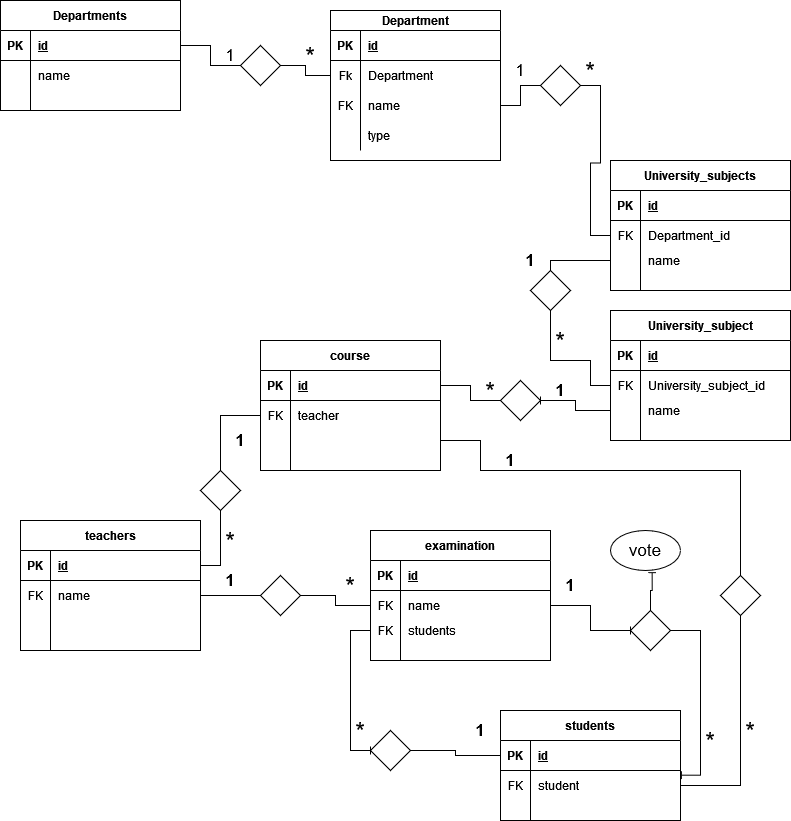
Salvatore1985/db-university keeps this draw.io diagram as db-university.png. Above is the earlier version. Source tidied: cells renumbered, new cells last; positions are measured from the earlier drawing's top-left corner, leaving out a move shared by most shapes.
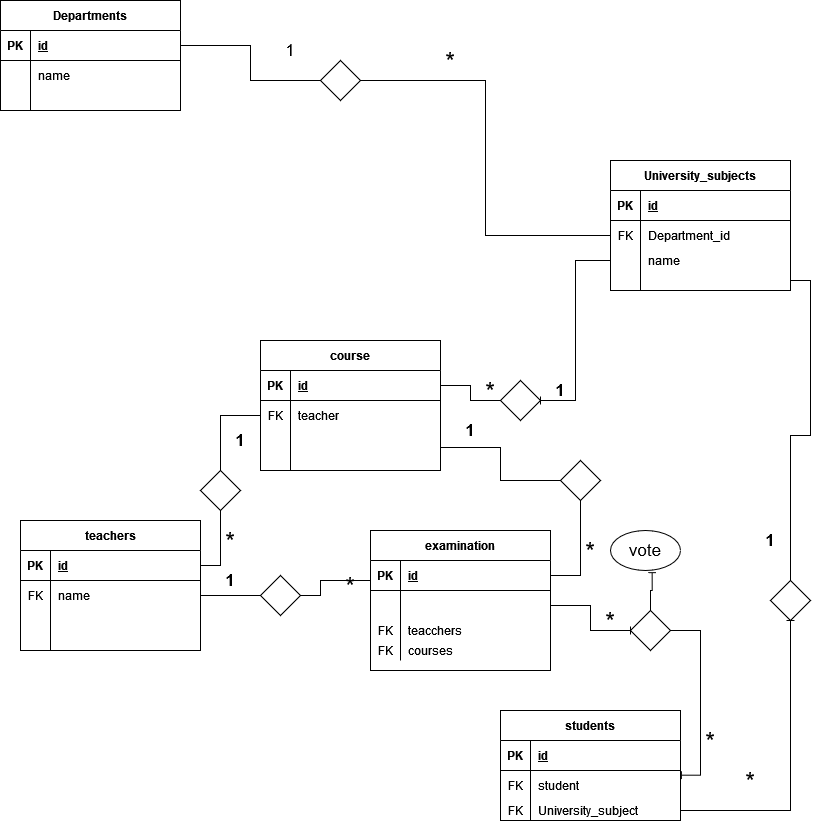
Above is the later version.

The edit, as a diff of the source:
```diff
@@ -34,41 +34,2 @@
     </mxCell>
-    <mxCell id="12" value="Department" style="shape=table;startSize=20;rowLines=0;fontStyle=1;align=center;" parent="1" vertex="1">
-      <mxGeometry x="330" y="10" width="170" height="150" as="geometry" />
-    </mxCell>
-    <mxCell id="13" style="shape=tableRow;horizontal=0;startSize=0;swimlaneHead=0;swimlaneBody=0;fillColor=none;top=0;left=0;right=0;bottom=1;" parent="12" vertex="1">
-      <mxGeometry y="20" width="170" height="30" as="geometry" />
-    </mxCell>
-    <mxCell id="14" value="PK" style="shape=partialRectangle;fillColor=none;top=0;left=0;bottom=0;right=0;fontStyle=1;overflow=hidden;" parent="13" vertex="1">
-      <mxGeometry width="30" height="30" as="geometry" />
-    </mxCell>
-    <mxCell id="15" value="id" style="shape=partialRectangle;fillColor=none;top=0;left=0;bottom=0;right=0;align=left;spacingLeft=6;fontStyle=5;overflow=hidden;" parent="13" vertex="1">
-      <mxGeometry x="30" width="140" height="30" as="geometry" />
-    </mxCell>
-    <mxCell id="16" style="shape=tableRow;horizontal=0;startSize=0;swimlaneHead=0;swimlaneBody=0;fillColor=none;points=[[0,0.5],[1,0.5]];portConstraint=eastwest;top=0;left=0;right=0;bottom=0;" parent="12" vertex="1">
-      <mxGeometry y="50" width="170" height="30" as="geometry" />
-    </mxCell>
-    <mxCell id="17" value="Fk" style="shape=partialRectangle;fillColor=none;top=0;left=0;bottom=0;right=0;overflow=hidden;" parent="16" vertex="1">
-      <mxGeometry width="30" height="30" as="geometry" />
-    </mxCell>
-    <mxCell id="18" value="Department" style="shape=partialRectangle;fillColor=none;top=0;left=0;bottom=0;right=0;align=left;spacingLeft=6;overflow=hidden;" parent="16" vertex="1">
-      <mxGeometry x="30" width="140" height="30" as="geometry" />
-    </mxCell>
-    <mxCell id="19" style="shape=tableRow;horizontal=0;startSize=0;swimlaneHead=0;swimlaneBody=0;fillColor=none;points=[[0,0.5],[1,0.5]];portConstraint=eastwest;top=0;left=0;right=0;bottom=0;" parent="12" vertex="1">
-      <mxGeometry y="80" width="170" height="30" as="geometry" />
-    </mxCell>
-    <mxCell id="20" value="FK" style="shape=partialRectangle;fillColor=none;top=0;left=0;bottom=0;right=0;overflow=hidden;" parent="19" vertex="1">
-      <mxGeometry width="30" height="30" as="geometry" />
-    </mxCell>
-    <mxCell id="21" value="name" style="shape=partialRectangle;fillColor=none;top=0;left=0;bottom=0;right=0;align=left;spacingLeft=6;overflow=hidden;" parent="19" vertex="1">
-      <mxGeometry x="30" width="140" height="30" as="geometry" />
-    </mxCell>
-    <mxCell id="22" style="shape=tableRow;horizontal=0;startSize=0;swimlaneHead=0;swimlaneBody=0;fillColor=none;top=0;left=0;right=0;bottom=0;" parent="12" vertex="1">
-      <mxGeometry y="110" width="170" height="30" as="geometry" />
-    </mxCell>
-    <mxCell id="23" style="shape=partialRectangle;fillColor=none;top=0;left=0;bottom=0;right=0;overflow=hidden;" parent="22" vertex="1">
-      <mxGeometry width="30" height="30" as="geometry" />
-    </mxCell>
-    <mxCell id="24" value="type" style="shape=partialRectangle;fillColor=none;top=0;left=0;bottom=0;right=0;align=left;spacingLeft=6;overflow=hidden;" parent="22" vertex="1">
-      <mxGeometry x="30" width="140" height="30" as="geometry" />
-    </mxCell>
     <mxCell id="25" value="University_subjects" style="shape=table;startSize=30;rowLines=0;fontStyle=1;align=center;" parent="1" vertex="1">
@@ -112,22 +73,2 @@
     </mxCell>
-    <mxCell id="38" style="edgeStyle=orthogonalEdgeStyle;rounded=0;jumpStyle=none;jettySize=auto;html=1;entryX=0;entryY=0.5;entryDx=0;entryDy=0;startArrow=none;startFill=0;endArrow=baseDash;endFill=0;" parent="1" edge="1" source="39" target="16">
-      <mxGeometry relative="1" as="geometry" />
-    </mxCell>
-    <mxCell id="39" style="rhombus;whiteSpace=wrap;html=1;" parent="1" vertex="1">
-      <mxGeometry x="240" y="45" width="40" height="40" as="geometry" />
-    </mxCell>
-    <mxCell id="40" style="edgeStyle=orthogonalEdgeStyle;rounded=0;jumpStyle=none;jettySize=auto;html=1;entryX=0;entryY=0.5;entryDx=0;entryDy=0;startArrow=none;startFill=0;endArrow=none;endFill=0;exitX=1;exitY=0.5;exitDx=0;exitDy=0;" parent="1" edge="1" source="3" target="39">
-      <mxGeometry relative="1" as="geometry">
-        <Array as="points">
-          <mxPoint x="210" y="45" />
-          <mxPoint x="210" y="65" />
-        </Array>
-      </mxGeometry>
-    </mxCell>
-    <mxCell id="41" value="1" style="text;html=1;strokeColor=none;fillColor=none;align=center;verticalAlign=middle;whiteSpace=wrap;rounded=0;fontSize=17;" parent="1" vertex="1">
-      <mxGeometry x="210" y="45" width="40" height="20" as="geometry" />
-    </mxCell>
-    <mxCell id="42" value="*" style="text;html=1;strokeColor=none;fillColor=none;align=center;verticalAlign=middle;whiteSpace=wrap;rounded=0;strokeWidth=1;fontSize=25;" parent="1" vertex="1">
-      <mxGeometry x="290" y="45" width="40" height="20" as="geometry" />
-    </mxCell>
     <mxCell id="43" style="edgeStyle=orthogonalEdgeStyle;rounded=0;jumpStyle=none;jettySize=auto;html=1;exitX=1;exitY=0.5;exitDx=0;exitDy=0;entryX=0;entryY=0.5;entryDx=0;entryDy=0;fontSize=17;startArrow=none;startFill=0;endArrow=baseDash;endFill=0;" parent="1" edge="1" source="44" target="29">
@@ -136,5 +77,5 @@
     <mxCell id="44" style="rhombus;whiteSpace=wrap;html=1;" parent="1" vertex="1">
-      <mxGeometry x="540" y="65" width="40" height="40" as="geometry" />
+      <mxGeometry x="320" y="60" width="40" height="40" as="geometry" />
     </mxCell>
-    <mxCell id="45" style="edgeStyle=orthogonalEdgeStyle;rounded=0;jumpStyle=none;jettySize=auto;html=1;entryX=0;entryY=0.5;entryDx=0;entryDy=0;fontSize=17;startArrow=none;startFill=0;endArrow=none;endFill=0;" parent="1" edge="1" source="19" target="44">
+    <mxCell id="45" style="edgeStyle=orthogonalEdgeStyle;rounded=0;jumpStyle=none;jettySize=auto;html=1;entryX=0;entryY=0.5;entryDx=0;entryDy=0;fontSize=17;startArrow=none;startFill=0;endArrow=none;endFill=0;exitX=1;exitY=0.5;exitDx=0;exitDy=0;" parent="1" edge="1" source="3" target="44">
       <mxGeometry relative="1" as="geometry" />
@@ -142,65 +83,7 @@
     <mxCell id="46" value="1" style="text;html=1;strokeColor=none;fillColor=none;align=center;verticalAlign=middle;whiteSpace=wrap;rounded=0;fontSize=17;" parent="1" vertex="1">
-      <mxGeometry x="500" y="60" width="40" height="20" as="geometry" />
+      <mxGeometry x="270" y="40" width="40" height="20" as="geometry" />
     </mxCell>
     <mxCell id="47" value="*" style="text;html=1;strokeColor=none;fillColor=none;align=center;verticalAlign=middle;whiteSpace=wrap;rounded=0;strokeWidth=1;fontSize=25;" parent="1" vertex="1">
-      <mxGeometry x="570" y="60" width="40" height="20" as="geometry" />
+      <mxGeometry x="430" y="50" width="40" height="20" as="geometry" />
     </mxCell>
-    <mxCell id="48" value="University_subject" style="shape=table;startSize=30;rowLines=0;fontStyle=1;align=center;" parent="1" vertex="1">
-      <mxGeometry x="610" y="310" width="180" height="130" as="geometry" />
-    </mxCell>
-    <mxCell id="49" style="shape=tableRow;horizontal=0;startSize=0;swimlaneHead=0;swimlaneBody=0;fillColor=none;top=0;left=0;right=0;bottom=1;" parent="48" vertex="1">
-      <mxGeometry y="30" width="180" height="30" as="geometry" />
-    </mxCell>
-    <mxCell id="50" value="PK" style="shape=partialRectangle;fillColor=none;top=0;left=0;bottom=0;right=0;fontStyle=1;overflow=hidden;" parent="49" vertex="1">
-      <mxGeometry width="30" height="30" as="geometry" />
-    </mxCell>
-    <mxCell id="51" value="id" style="shape=partialRectangle;fillColor=none;top=0;left=0;bottom=0;right=0;align=left;spacingLeft=6;fontStyle=5;overflow=hidden;" parent="49" vertex="1">
-      <mxGeometry x="30" width="150" height="30" as="geometry" />
-    </mxCell>
-    <mxCell id="52" style="shape=tableRow;horizontal=0;startSize=0;swimlaneHead=0;swimlaneBody=0;fillColor=none;points=[[0,0.5],[1,0.5]];portConstraint=eastwest;top=0;left=0;right=0;bottom=0;" parent="48" vertex="1">
-      <mxGeometry y="60" width="180" height="30" as="geometry" />
-    </mxCell>
-    <mxCell id="53" value="FK" style="shape=partialRectangle;fillColor=none;top=0;left=0;bottom=0;right=0;overflow=hidden;" parent="52" vertex="1">
-      <mxGeometry width="30" height="30" as="geometry" />
-    </mxCell>
-    <mxCell id="54" value="University_subject_id" style="shape=partialRectangle;fillColor=none;top=0;left=0;bottom=0;right=0;align=left;spacingLeft=6;overflow=hidden;" parent="52" vertex="1">
-      <mxGeometry x="30" width="150" height="30" as="geometry" />
-    </mxCell>
-    <mxCell id="55" style="shape=tableRow;horizontal=0;startSize=0;swimlaneHead=0;swimlaneBody=0;fillColor=none;points=[[0,0.5],[1,0.5]];portConstraint=eastwest;top=0;left=0;right=0;bottom=0;" parent="48" vertex="1">
-      <mxGeometry y="90" width="180" height="20" as="geometry" />
-    </mxCell>
-    <mxCell id="56" style="shape=partialRectangle;fillColor=none;top=0;left=0;bottom=0;right=0;overflow=hidden;" parent="55" vertex="1">
-      <mxGeometry width="30" height="20" as="geometry" />
-    </mxCell>
-    <mxCell id="57" value="name" style="shape=partialRectangle;fillColor=none;top=0;left=0;bottom=0;right=0;align=left;spacingLeft=6;overflow=hidden;" parent="55" vertex="1">
-      <mxGeometry x="30" width="150" height="20" as="geometry" />
-    </mxCell>
-    <mxCell id="58" style="shape=tableRow;horizontal=0;startSize=0;swimlaneHead=0;swimlaneBody=0;fillColor=none;top=0;left=0;right=0;bottom=0;" parent="48" vertex="1">
-      <mxGeometry y="110" width="180" height="20" as="geometry" />
-    </mxCell>
-    <mxCell id="59" style="shape=partialRectangle;fillColor=none;top=0;left=0;bottom=0;right=0;overflow=hidden;" parent="58" vertex="1">
-      <mxGeometry width="30" height="20" as="geometry" />
-    </mxCell>
-    <mxCell id="60" style="shape=partialRectangle;fillColor=none;top=0;left=0;bottom=0;right=0;align=left;spacingLeft=6;overflow=hidden;" parent="58" vertex="1">
-      <mxGeometry x="30" width="150" height="20" as="geometry" />
-    </mxCell>
-    <mxCell id="61" style="edgeStyle=orthogonalEdgeStyle;rounded=0;jumpStyle=none;jettySize=auto;html=1;entryX=0;entryY=0.5;entryDx=0;entryDy=0;fontSize=17;startArrow=none;startFill=0;endArrow=baseDash;endFill=0;exitX=0;exitY=0.5;exitDx=0;exitDy=0;" parent="1" edge="1" source="32" target="52">
-      <mxGeometry relative="1" as="geometry">
-        <Array as="points">
-          <mxPoint x="550" y="260" />
-          <mxPoint x="550" y="360" />
-          <mxPoint x="590" y="360" />
-          <mxPoint x="590" y="385" />
-        </Array>
-      </mxGeometry>
-    </mxCell>
-    <mxCell id="62" style="rhombus;whiteSpace=wrap;html=1;" parent="1" vertex="1">
-      <mxGeometry x="530" y="270" width="40" height="40" as="geometry" />
-    </mxCell>
-    <mxCell id="63" value="1" style="text;html=1;strokeColor=none;fillColor=none;align=center;verticalAlign=middle;whiteSpace=wrap;rounded=0;fontSize=17;fontStyle=1;" parent="1" vertex="1">
-      <mxGeometry x="510" y="250" width="40" height="20" as="geometry" />
-    </mxCell>
-    <mxCell id="64" value="*" style="text;html=1;strokeColor=none;fillColor=none;align=center;verticalAlign=middle;whiteSpace=wrap;rounded=0;strokeWidth=1;fontSize=25;" parent="1" vertex="1">
-      <mxGeometry x="540" y="330" width="40" height="20" as="geometry" />
-    </mxCell>
     <mxCell id="65" value="course" style="shape=table;startSize=30;rowLines=0;fontStyle=1;align=center;" parent="1" vertex="1">
@@ -250,3 +133,3 @@
     </mxCell>
-    <mxCell id="80" style="edgeStyle=orthogonalEdgeStyle;rounded=0;jumpStyle=none;jettySize=auto;html=1;entryX=1;entryY=0.5;entryDx=0;entryDy=0;fontSize=17;startArrow=none;startFill=0;endArrow=baseDash;endFill=0;exitX=0;exitY=0.5;exitDx=0;exitDy=0;" parent="1" edge="1" source="55" target="79">
+    <mxCell id="80" style="edgeStyle=orthogonalEdgeStyle;rounded=0;jumpStyle=none;jettySize=auto;html=1;entryX=1;entryY=0.5;entryDx=0;entryDy=0;fontSize=17;startArrow=none;startFill=0;endArrow=baseDash;endFill=0;exitX=0;exitY=0.5;exitDx=0;exitDy=0;" parent="1" edge="1" source="32" target="79">
       <mxGeometry relative="1" as="geometry" />
@@ -318,3 +201,3 @@
     <mxCell id="101" value="examination" style="shape=table;startSize=30;rowLines=0;fontStyle=1;align=center;" parent="1" vertex="1">
-      <mxGeometry x="370" y="530" width="180" height="130" as="geometry" />
+      <mxGeometry x="370" y="530" width="180" height="140" as="geometry" />
     </mxCell>
@@ -332,6 +215,6 @@
     </mxCell>
-    <mxCell id="106" value="FK" style="shape=partialRectangle;fillColor=none;top=0;left=0;bottom=0;right=0;overflow=hidden;" parent="105" vertex="1">
+    <mxCell id="106" style="shape=partialRectangle;fillColor=none;top=0;left=0;bottom=0;right=0;overflow=hidden;" parent="105" vertex="1">
       <mxGeometry width="30" height="30" as="geometry" />
     </mxCell>
-    <mxCell id="107" value="name" style="shape=partialRectangle;fillColor=none;top=0;left=0;bottom=0;right=0;align=left;spacingLeft=6;overflow=hidden;" parent="105" vertex="1">
+    <mxCell id="107" style="shape=partialRectangle;fillColor=none;top=0;left=0;bottom=0;right=0;align=left;spacingLeft=6;overflow=hidden;" parent="105" vertex="1">
       <mxGeometry x="30" width="150" height="30" as="geometry" />
@@ -344,3 +227,3 @@
     </mxCell>
-    <mxCell id="110" value="students" style="shape=partialRectangle;fillColor=none;top=0;left=0;bottom=0;right=0;align=left;spacingLeft=6;overflow=hidden;" parent="108" vertex="1">
+    <mxCell id="110" value="teacchers" style="shape=partialRectangle;fillColor=none;top=0;left=0;bottom=0;right=0;align=left;spacingLeft=6;overflow=hidden;" parent="108" vertex="1">
       <mxGeometry x="30" width="150" height="20" as="geometry" />
@@ -350,10 +233,15 @@
     </mxCell>
-    <mxCell id="112" style="shape=partialRectangle;fillColor=none;top=0;left=0;bottom=0;right=0;overflow=hidden;" parent="111" vertex="1">
+    <mxCell id="112" value="FK" style="shape=partialRectangle;fillColor=none;top=0;left=0;bottom=0;right=0;overflow=hidden;" parent="111" vertex="1">
       <mxGeometry width="30" height="20" as="geometry" />
     </mxCell>
-    <mxCell id="113" style="shape=partialRectangle;fillColor=none;top=0;left=0;bottom=0;right=0;align=left;spacingLeft=6;overflow=hidden;" parent="111" vertex="1">
+    <mxCell id="113" value="courses" style="shape=partialRectangle;fillColor=none;top=0;left=0;bottom=0;right=0;align=left;spacingLeft=6;overflow=hidden;" parent="111" vertex="1">
       <mxGeometry x="30" width="150" height="20" as="geometry" />
     </mxCell>
-    <mxCell id="114" style="edgeStyle=orthogonalEdgeStyle;rounded=0;jumpStyle=none;jettySize=auto;html=1;entryX=0;entryY=0.5;entryDx=0;entryDy=0;fontSize=17;startArrow=none;startFill=0;endArrow=baseDash;endFill=0;" parent="1" edge="1" source="115" target="105">
-      <mxGeometry relative="1" as="geometry" />
+    <mxCell id="114" style="edgeStyle=orthogonalEdgeStyle;rounded=0;jumpStyle=none;jettySize=auto;html=1;entryX=1;entryY=0.25;entryDx=0;entryDy=0;fontSize=17;startArrow=none;startFill=0;endArrow=baseDash;endFill=0;" parent="1" edge="1" source="115" target="117">
+      <mxGeometry relative="1" as="geometry">
+        <Array as="points">
+          <mxPoint x="320" y="595" />
+          <mxPoint x="320" y="580" />
+        </Array>
+      </mxGeometry>
     </mxCell>
@@ -395,44 +283,8 @@
     </mxCell>
-    <mxCell id="127" style="shape=partialRectangle;fillColor=none;top=0;left=0;bottom=0;right=0;overflow=hidden;" parent="126" vertex="1">
+    <mxCell id="127" value="FK" style="shape=partialRectangle;fillColor=none;top=0;left=0;bottom=0;right=0;overflow=hidden;" parent="126" vertex="1">
       <mxGeometry width="30" height="20" as="geometry" />
     </mxCell>
-    <mxCell id="128" style="shape=partialRectangle;fillColor=none;top=0;left=0;bottom=0;right=0;align=left;spacingLeft=6;overflow=hidden;" parent="126" vertex="1">
+    <mxCell id="128" value="University_subject" style="shape=partialRectangle;fillColor=none;top=0;left=0;bottom=0;right=0;align=left;spacingLeft=6;overflow=hidden;" parent="126" vertex="1">
       <mxGeometry x="30" width="150" height="20" as="geometry" />
     </mxCell>
-    <mxCell id="129" style="edgeStyle=orthogonalEdgeStyle;rounded=0;jumpStyle=none;jettySize=auto;html=1;entryX=0;entryY=0.5;entryDx=0;entryDy=0;fontSize=17;startArrow=none;startFill=0;endArrow=baseDash;endFill=0;" parent="1" edge="1" source="130" target="120">
-      <mxGeometry relative="1" as="geometry" />
-    </mxCell>
-    <mxCell id="130" style="rhombus;whiteSpace=wrap;html=1;" parent="1" vertex="1">
-      <mxGeometry x="370" y="730" width="40" height="40" as="geometry" />
-    </mxCell>
-    <mxCell id="131" value="*" style="text;html=1;strokeColor=none;fillColor=none;align=center;verticalAlign=middle;whiteSpace=wrap;rounded=0;strokeWidth=1;fontSize=25;" parent="1" vertex="1">
-      <mxGeometry x="340" y="720" width="40" height="20" as="geometry" />
-    </mxCell>
-    <mxCell id="132" style="edgeStyle=orthogonalEdgeStyle;rounded=0;jumpStyle=none;jettySize=auto;html=1;entryX=0;entryY=0.5;entryDx=0;entryDy=0;fontSize=17;startArrow=none;startFill=0;endArrow=baseDash;endFill=0;" parent="1" edge="1" source="108" target="130">
-      <mxGeometry relative="1" as="geometry" />
-    </mxCell>
-    <mxCell id="133" value="1" style="text;html=1;strokeColor=none;fillColor=none;align=center;verticalAlign=middle;whiteSpace=wrap;rounded=0;fontSize=17;fontStyle=1;" parent="1" vertex="1">
-      <mxGeometry x="460" y="720" width="40" height="20" as="geometry" />
-    </mxCell>
-    <mxCell id="134" style="edgeStyle=orthogonalEdgeStyle;rounded=0;jumpStyle=none;jettySize=auto;html=1;entryX=1;entryY=0.5;entryDx=0;entryDy=0;fontSize=17;startArrow=none;startFill=0;endArrow=baseDash;endFill=0;" parent="1" edge="1" source="136" target="72">
-      <mxGeometry relative="1" as="geometry">
-        <Array as="points">
-          <mxPoint x="740" y="470" />
-          <mxPoint x="480" y="470" />
-          <mxPoint x="480" y="440" />
-        </Array>
-      </mxGeometry>
-    </mxCell>
-    <mxCell id="135" style="edgeStyle=orthogonalEdgeStyle;rounded=0;jumpStyle=none;jettySize=auto;html=1;entryX=1;entryY=0.5;entryDx=0;entryDy=0;fontSize=17;startArrow=none;startFill=0;endArrow=baseDash;endFill=0;" parent="1" edge="1" source="136" target="123">
-      <mxGeometry relative="1" as="geometry" />
-    </mxCell>
-    <mxCell id="136" style="rhombus;whiteSpace=wrap;html=1;" parent="1" vertex="1">
-      <mxGeometry x="720" y="575" width="40" height="40" as="geometry" />
-    </mxCell>
-    <mxCell id="137" value="1" style="text;html=1;strokeColor=none;fillColor=none;align=center;verticalAlign=middle;whiteSpace=wrap;rounded=0;fontSize=17;fontStyle=1;" parent="1" vertex="1">
-      <mxGeometry x="490" y="450" width="40" height="20" as="geometry" />
-    </mxCell>
-    <mxCell id="138" value="*" style="text;html=1;strokeColor=none;fillColor=none;align=center;verticalAlign=middle;whiteSpace=wrap;rounded=0;strokeWidth=1;fontSize=25;" parent="1" vertex="1">
-      <mxGeometry x="730" y="720" width="40" height="20" as="geometry" />
-    </mxCell>
     <mxCell id="139" style="edgeStyle=orthogonalEdgeStyle;rounded=0;jumpStyle=none;jettySize=auto;html=1;entryX=1.005;entryY=0.156;entryDx=0;entryDy=0;entryPerimeter=0;fontSize=17;startArrow=none;startFill=0;endArrow=baseDash;endFill=0;" parent="1" edge="1" source="141" target="123">
@@ -460,5 +312,35 @@
     </mxCell>
-    <mxCell id="145" value="1" style="text;html=1;strokeColor=none;fillColor=none;align=center;verticalAlign=middle;whiteSpace=wrap;rounded=0;fontSize=17;fontStyle=1;" parent="1" vertex="1">
-      <mxGeometry x="550" y="575" width="40" height="20" as="geometry" />
-    </mxCell>
+    <mxCell id="146" style="edgeStyle=orthogonalEdgeStyle;rounded=0;jumpStyle=none;jettySize=auto;html=1;entryX=1;entryY=0.5;entryDx=0;entryDy=0;fontSize=17;startArrow=none;startFill=0;endArrow=baseDash;endFill=0;" parent="1" edge="1" source="148" target="102">
+      <mxGeometry relative="1" as="geometry" />
+    </mxCell>
+    <mxCell id="147" style="edgeStyle=orthogonalEdgeStyle;rounded=0;jumpStyle=none;jettySize=auto;html=1;entryX=1;entryY=-0.15;entryDx=0;entryDy=0;entryPerimeter=0;fontSize=17;startArrow=none;startFill=0;endArrow=baseDash;endFill=0;" parent="1" edge="1" source="148" target="75">
+      <mxGeometry relative="1" as="geometry" />
+    </mxCell>
+    <mxCell id="148" style="rhombus;whiteSpace=wrap;html=1;direction=south;" parent="1" vertex="1">
+      <mxGeometry x="560" y="460" width="40" height="40" as="geometry" />
+    </mxCell>
+    <mxCell id="149" value="*" style="text;html=1;strokeColor=none;fillColor=none;align=center;verticalAlign=middle;whiteSpace=wrap;rounded=0;strokeWidth=1;fontSize=25;" parent="1" vertex="1">
+      <mxGeometry x="570" y="540" width="40" height="20" as="geometry" />
+    </mxCell>
+    <mxCell id="150" value="1" style="text;html=1;strokeColor=none;fillColor=none;align=center;verticalAlign=middle;whiteSpace=wrap;rounded=0;fontSize=17;fontStyle=1;" parent="1" vertex="1">
+      <mxGeometry x="450" y="420" width="40" height="20" as="geometry" />
+    </mxCell>
+    <mxCell id="151" value="*" style="text;html=1;strokeColor=none;fillColor=none;align=center;verticalAlign=middle;whiteSpace=wrap;rounded=0;strokeWidth=1;fontSize=25;" parent="1" vertex="1">
+      <mxGeometry x="590" y="610" width="40" height="20" as="geometry" />
+    </mxCell>
+    <mxCell id="152" style="edgeStyle=orthogonalEdgeStyle;rounded=0;jumpStyle=none;jettySize=auto;html=1;fontSize=17;startArrow=none;startFill=0;endArrow=baseDash;endFill=0;" parent="1" edge="1" source="153" target="35">
+      <mxGeometry relative="1" as="geometry" />
+    </mxCell>
+    <mxCell id="153" style="rhombus;whiteSpace=wrap;html=1;" parent="1" vertex="1">
+      <mxGeometry x="770" y="580" width="40" height="40" as="geometry" />
+    </mxCell>
+    <mxCell id="154" value="1" style="text;html=1;strokeColor=none;fillColor=none;align=center;verticalAlign=middle;whiteSpace=wrap;rounded=0;fontSize=17;fontStyle=1;" parent="1" vertex="1">
+      <mxGeometry x="750" y="530" width="40" height="20" as="geometry" />
+    </mxCell>
+    <mxCell id="155" value="*" style="text;html=1;strokeColor=none;fillColor=none;align=center;verticalAlign=middle;whiteSpace=wrap;rounded=0;strokeWidth=1;fontSize=25;" parent="1" vertex="1">
+      <mxGeometry x="730" y="770" width="40" height="20" as="geometry" />
+    </mxCell>
+    <mxCell id="156" style="edgeStyle=orthogonalEdgeStyle;rounded=0;jumpStyle=none;jettySize=auto;html=1;entryX=0.5;entryY=1;entryDx=0;entryDy=0;fontSize=17;startArrow=none;startFill=0;endArrow=baseDash;endFill=0;" parent="1" edge="1" source="126" target="153">
+      <mxGeometry relative="1" as="geometry" />
+    </mxCell>
   </root>
```
